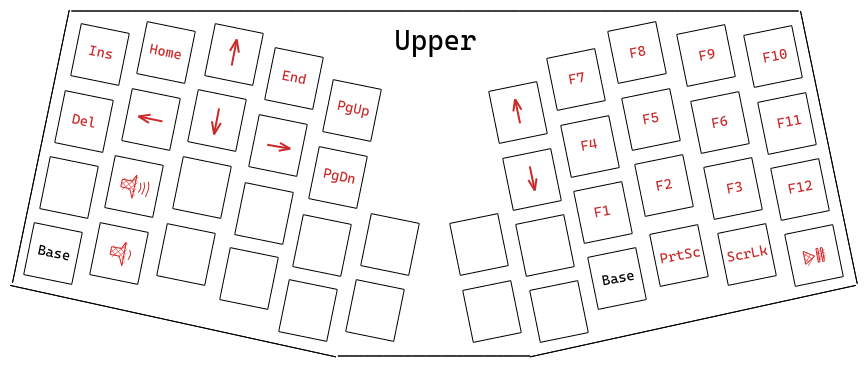
Above: layers/2-upper.png in lobre/atreus-bepo (Excalidraw), before the change. Source tidied: one line per element, renumbered; positions are measured from the earlier drawing's top-left corner, leaving out a move shared by most shapes. Its diagram source:
```json
{"id": 0, "type": "rectangle", "strokeColor": "#000000", "angle": 0.2, "strokeWidth": 1, "roughness": 0, "x": 66, "y": 18, "width": 49, "height": 53}
{"id": 1, "type": "rectangle", "strokeColor": "#000000", "angle": 0.2, "strokeWidth": 1, "roughness": 0, "x": 132, "y": 16, "width": 49, "height": 53}
{"id": 2, "type": "line", "strokeColor": "#000000", "strokeWidth": 1, "roughness": 0, "x": 61, "y": 1, "width": 727, "height": 0, "points": [[0, 0], [727, 0]]}
{"id": 3, "type": "rectangle", "strokeColor": "#000000", "angle": 0.2, "strokeWidth": 1, "roughness": 0, "x": 200, "y": 18, "width": 49, "height": 53}
{"id": 4, "type": "rectangle", "strokeColor": "#000000", "angle": 0.2, "strokeWidth": 1, "roughness": 0, "x": 260, "y": 42, "width": 49, "height": 53}
{"id": 5, "type": "rectangle", "strokeColor": "#000000", "angle": 0.2, "strokeWidth": 1, "roughness": 0, "x": 318, "y": 74, "width": 49, "height": 53}
{"id": 6, "type": "rectangle", "strokeColor": "#000000", "angle": 0.2, "strokeWidth": 1, "roughness": 0, "x": 50, "y": 85, "width": 49, "height": 53}
{"id": 7, "type": "rectangle", "strokeColor": "#000000", "angle": 0.2, "strokeWidth": 1, "roughness": 0, "x": 35, "y": 151, "width": 49, "height": 53}
{"id": 8, "type": "rectangle", "strokeColor": "#000000", "angle": 0.2, "strokeWidth": 1, "roughness": 0, "x": 19, "y": 217, "width": 49, "height": 53}
{"id": 9, "type": "rectangle", "strokeColor": "#000000", "angle": 0.2, "strokeWidth": 1, "roughness": 0, "x": 117, "y": 83, "width": 49, "height": 53}
{"id": 10, "type": "rectangle", "strokeColor": "#000000", "angle": 0.2, "strokeWidth": 1, "roughness": 0, "x": 100, "y": 150, "width": 49, "height": 53}
{"id": 11, "type": "rectangle", "strokeColor": "#000000", "angle": 0.2, "strokeWidth": 1, "roughness": 0, "x": 85, "y": 217, "width": 49, "height": 53}
{"id": 12, "type": "rectangle", "strokeColor": "#000000", "angle": 0.2, "strokeWidth": 1, "roughness": 0, "x": 183, "y": 84, "width": 49, "height": 53}
{"id": 13, "type": "rectangle", "strokeColor": "#000000", "angle": 0.2, "strokeWidth": 1, "roughness": 0, "x": 168, "y": 151, "width": 49, "height": 53}
{"id": 14, "type": "rectangle", "strokeColor": "#000000", "angle": 0.2, "strokeWidth": 1, "roughness": 0, "x": 152, "y": 218, "width": 49, "height": 53}
{"id": 15, "type": "rectangle", "strokeColor": "#000000", "angle": 0.2, "strokeWidth": 1, "roughness": 0, "x": 244, "y": 109, "width": 49, "height": 53}
{"id": 16, "type": "rectangle", "strokeColor": "#000000", "angle": 0.2, "strokeWidth": 1, "roughness": 0, "x": 230, "y": 177, "width": 49, "height": 53}
{"id": 17, "type": "rectangle", "strokeColor": "#000000", "angle": 0.2, "strokeWidth": 1, "roughness": 0, "x": 215, "y": 242, "width": 49, "height": 53}
{"id": 18, "type": "rectangle", "strokeColor": "#000000", "angle": 0.2, "strokeWidth": 1, "roughness": 0, "x": 304, "y": 141, "width": 49, "height": 53}
{"id": 19, "type": "rectangle", "strokeColor": "#000000", "angle": 0.2, "strokeWidth": 1, "roughness": 0, "x": 288, "y": 209, "width": 49, "height": 53}
{"id": 20, "type": "rectangle", "strokeColor": "#000000", "angle": 0.2, "strokeWidth": 1, "roughness": 0, "x": 274, "y": 274, "width": 49, "height": 53}
{"id": 21, "type": "rectangle", "strokeColor": "#000000", "angle": 0.2, "strokeWidth": 1, "roughness": 0, "x": 356, "y": 208, "width": 49, "height": 53}
{"id": 22, "type": "rectangle", "strokeColor": "#000000", "angle": 0.2, "strokeWidth": 1, "roughness": 0, "x": 341, "y": 274, "width": 49, "height": 53}
{"id": 23, "type": "rectangle", "strokeColor": "#000000", "angle": 6.08, "strokeWidth": 1, "roughness": 0, "x": 445, "y": 208, "width": 49, "height": 53}
{"id": 24, "type": "rectangle", "strokeColor": "#000000", "angle": 6.08, "strokeWidth": 1, "roughness": 0, "x": 458, "y": 275, "width": 49, "height": 53}
{"id": 25, "type": "line", "strokeColor": "#000000", "strokeWidth": 1, "roughness": 0, "x": 328, "y": 346, "width": 192, "height": 0, "points": [[0, 0], [192, 0]]}
{"id": 26, "type": "rectangle", "strokeColor": "#000000", "angle": 6.08, "strokeWidth": 1, "roughness": 0, "x": 484, "y": 76, "width": 49, "height": 53}
{"id": 27, "type": "rectangle", "strokeColor": "#000000", "angle": 6.08, "strokeWidth": 1, "roughness": 0, "x": 498, "y": 143, "width": 49, "height": 53}
{"id": 28, "type": "rectangle", "strokeColor": "#000000", "angle": 6.08, "strokeWidth": 1, "roughness": 0, "x": 511, "y": 209, "width": 49, "height": 53}
{"id": 29, "type": "rectangle", "strokeColor": "#000000", "angle": 6.08, "strokeWidth": 1, "roughness": 0, "x": 525, "y": 275, "width": 49, "height": 53}
{"id": 30, "type": "rectangle", "strokeColor": "#000000", "angle": 6.08, "strokeWidth": 1, "roughness": 0, "x": 542, "y": 43, "width": 49, "height": 53}
{"id": 31, "type": "rectangle", "strokeColor": "#000000", "angle": 6.08, "strokeWidth": 1, "roughness": 0, "x": 556, "y": 110, "width": 49, "height": 53}
{"id": 32, "type": "rectangle", "strokeColor": "#000000", "angle": 6.08, "strokeWidth": 1, "roughness": 0, "x": 569, "y": 176, "width": 49, "height": 53}
{"id": 33, "type": "rectangle", "strokeColor": "#000000", "angle": 6.08, "strokeWidth": 1, "roughness": 0, "x": 583, "y": 242, "width": 49, "height": 53}
{"id": 34, "type": "rectangle", "strokeColor": "#000000", "angle": 6.08, "strokeWidth": 1, "roughness": 0, "x": 603, "y": 16, "width": 49, "height": 53}
{"id": 35, "type": "rectangle", "strokeColor": "#000000", "angle": 6.08, "strokeWidth": 1, "roughness": 0, "x": 617, "y": 83, "width": 49, "height": 53}
{"id": 36, "type": "rectangle", "strokeColor": "#000000", "angle": 6.08, "strokeWidth": 1, "roughness": 0, "x": 630, "y": 149, "width": 49, "height": 53}
{"id": 37, "type": "rectangle", "strokeColor": "#000000", "angle": 6.08, "strokeWidth": 1, "roughness": 0, "x": 645, "y": 219, "width": 49, "height": 53}
{"id": 38, "type": "rectangle", "strokeColor": "#000000", "angle": 6.08, "strokeWidth": 1, "roughness": 0, "x": 672, "y": 19, "width": 49, "height": 53}
{"id": 39, "type": "rectangle", "strokeColor": "#000000", "angle": 6.08, "strokeWidth": 1, "roughness": 0, "x": 686, "y": 86, "width": 49, "height": 53}
{"id": 40, "type": "rectangle", "strokeColor": "#000000", "angle": 6.08, "strokeWidth": 1, "roughness": 0, "x": 699, "y": 152, "width": 49, "height": 53}
{"id": 41, "type": "rectangle", "strokeColor": "#000000", "angle": 6.08, "strokeWidth": 1, "roughness": 0, "x": 713, "y": 218, "width": 49, "height": 53}
{"id": 42, "type": "rectangle", "strokeColor": "#000000", "angle": 6.08, "strokeWidth": 1, "roughness": 0, "x": 739, "y": 20, "width": 49, "height": 53}
{"id": 43, "type": "rectangle", "strokeColor": "#000000", "angle": 6.08, "strokeWidth": 1, "roughness": 0, "x": 753, "y": 87, "width": 49, "height": 53}
{"id": 44, "type": "rectangle", "strokeColor": "#000000", "angle": 6.08, "strokeWidth": 1, "roughness": 0, "x": 766, "y": 153, "width": 49, "height": 53}
{"id": 45, "type": "rectangle", "strokeColor": "#000000", "angle": 6.08, "strokeWidth": 1, "roughness": 0, "x": 780, "y": 219, "width": 49, "height": 53}
{"id": 46, "type": "line", "strokeColor": "#000000", "strokeWidth": 1, "roughness": 0, "x": 520, "y": 347, "width": 326, "height": 72, "points": [[0, 0], [326, -72]]}
{"id": 47, "type": "line", "strokeColor": "#000000", "strokeWidth": 1, "roughness": 0, "x": 791, "y": 1, "width": 57, "height": 273, "points": [[0, 0], [57, 273]]}
{"id": 48, "type": "line", "strokeColor": "#000000", "strokeWidth": 1, "roughness": 0, "x": 326, "y": 347, "width": 326, "height": 72, "points": [[0, 0], [-326, -72]]}
{"id": 49, "type": "line", "strokeColor": "#000000", "strokeWidth": 1, "roughness": 0, "x": 59, "y": 0, "width": 57, "height": 273, "points": [[0, 0], [-57, 273]]}
{"id": 50, "type": "text", "text": "Upper", "strokeColor": "#000000", "strokeWidth": 1, "strokeStyle": "dashed", "roughness": 0, "fontSize": 28, "fontFamily": 3, "x": 384, "y": 13, "width": 82, "height": 34}
{"id": 51, "type": "arrow", "strokeColor": "#c92a2a", "strokeWidth": 2, "roughness": 0, "endArrowhead": "arrow", "x": 510, "y": 113, "width": 5, "height": 24, "points": [[0, 0], [-5, -24]]}
{"id": 52, "type": "arrow", "strokeColor": "#c92a2a", "angle": 3.14, "strokeWidth": 2, "roughness": 0, "endArrowhead": "arrow", "x": 525, "y": 180, "width": 5, "height": 24, "points": [[0, 0], [-5, -24]]}
{"id": 53, "type": "text", "text": "Ins", "strokeColor": "#c92a2a", "angle": 0.21, "strokeWidth": 1, "roughness": 1, "fontSize": 14.07, "fontFamily": 3, "x": 79, "y": 33, "width": 25, "height": 17}
{"id": 54, "type": "text", "text": "Del", "strokeColor": "#c92a2a", "angle": 0.21, "strokeWidth": 1, "roughness": 1, "fontSize": 14.07, "fontFamily": 3, "x": 62, "y": 102, "width": 25, "height": 17}
{"id": 55, "type": "text", "text": "Home", "strokeColor": "#c92a2a", "angle": 0.21, "strokeWidth": 1, "roughness": 1, "fontSize": 14.07, "fontFamily": 3, "x": 139, "y": 32, "width": 33, "height": 17}
{"id": 56, "type": "text", "text": "End", "strokeColor": "#c92a2a", "angle": 0.21, "strokeWidth": 1, "roughness": 1, "fontSize": 14.07, "fontFamily": 3, "x": 272, "y": 58, "width": 25, "height": 17}
{"id": 57, "type": "text", "text": "PgUp", "strokeColor": "#c92a2a", "angle": 0.21, "strokeWidth": 1, "roughness": 1, "fontSize": 14.07, "fontFamily": 3, "x": 327, "y": 89, "width": 33, "height": 17}
{"id": 58, "type": "text", "text": "PgDn", "strokeColor": "#c92a2a", "angle": 0.21, "strokeWidth": 1, "roughness": 1, "fontSize": 14.07, "fontFamily": 3, "x": 313, "y": 157, "width": 33, "height": 17}
{"id": 59, "type": "text", "text": "F1", "strokeColor": "#c92a2a", "angle": 6.1, "strokeWidth": 1, "roughness": 1, "fontSize": 14.07, "fontFamily": 3, "x": 584, "y": 192, "width": 16, "height": 17}
{"id": 60, "type": "text", "text": "F2", "strokeColor": "#c92a2a", "angle": 6.1, "strokeWidth": 1, "roughness": 1, "fontSize": 14.07, "fontFamily": 3, "x": 646, "y": 166, "width": 16, "height": 17}
{"id": 61, "type": "text", "text": "F3", "strokeColor": "#c92a2a", "angle": 6.1, "strokeWidth": 1, "roughness": 1, "fontSize": 14.07, "fontFamily": 3, "x": 716, "y": 168, "width": 16, "height": 17}
{"id": 62, "type": "text", "text": "F12", "strokeColor": "#c92a2a", "angle": 6.1, "strokeWidth": 1, "roughness": 1, "fontSize": 14.07, "fontFamily": 3, "x": 778, "y": 168, "width": 25, "height": 17}
{"id": 63, "type": "text", "text": "F11", "strokeColor": "#c92a2a", "angle": 6.1, "strokeWidth": 1, "roughness": 1, "fontSize": 14.07, "fontFamily": 3, "x": 767, "y": 102, "width": 25, "height": 17}
{"id": 64, "type": "text", "text": "F6", "strokeColor": "#c92a2a", "angle": 6.1, "strokeWidth": 1, "roughness": 1, "fontSize": 14.07, "fontFamily": 3, "x": 701, "y": 103, "width": 16, "height": 17}
{"id": 65, "type": "text", "text": "F5", "strokeColor": "#c92a2a", "angle": 6.1, "strokeWidth": 1, "roughness": 1, "fontSize": 14.07, "fontFamily": 3, "x": 632, "y": 99, "width": 16, "height": 17}
{"id": 66, "type": "text", "text": "F4", "strokeColor": "#c92a2a", "angle": 6.1, "strokeWidth": 1, "roughness": 1, "fontSize": 14.07, "fontFamily": 3, "x": 571, "y": 126, "width": 16, "height": 17}
{"id": 67, "type": "text", "text": "F7", "strokeColor": "#c92a2a", "angle": 6.1, "strokeWidth": 1, "roughness": 1, "fontSize": 14.07, "fontFamily": 3, "x": 558, "y": 59, "width": 16, "height": 17}
{"id": 68, "type": "text", "text": "F8", "strokeColor": "#c92a2a", "angle": 6.1, "strokeWidth": 1, "roughness": 1, "fontSize": 14.07, "fontFamily": 3, "x": 619, "y": 33, "width": 16, "height": 17}
{"id": 69, "type": "text", "text": "F9", "strokeColor": "#c92a2a", "angle": 6.1, "strokeWidth": 1, "roughness": 1, "fontSize": 14.07, "fontFamily": 3, "x": 689, "y": 36, "width": 16, "height": 17}
{"id": 70, "type": "text", "text": "F10", "strokeColor": "#c92a2a", "angle": 6.1, "strokeWidth": 1, "roughness": 1, "fontSize": 14.07, "fontFamily": 3, "x": 753, "y": 36, "width": 25, "height": 17}
{"id": 71, "type": "text", "text": "PrtSc", "strokeColor": "#c92a2a", "angle": 6.1, "strokeWidth": 1, "roughness": 1, "fontSize": 14.07, "fontFamily": 3, "x": 649, "y": 236, "width": 41, "height": 17}
{"id": 72, "type": "text", "text": "ScrLk", "strokeColor": "#c92a2a", "angle": 6.1, "strokeWidth": 1, "roughness": 1, "fontSize": 14.07, "fontFamily": 3, "x": 716, "y": 234, "width": 41, "height": 17}
{"id": 73, "type": "line", "strokeColor": "#c92a2a", "angle": 6.11, "backgroundColor": "#fa5252", "fillStyle": "cross-hatch", "strokeWidth": 1, "roughness": 0, "x": 794, "y": 240, "width": 10, "height": 13, "points": [[0, 0], [10, 7], [0, 13], [0, 0]]}
{"id": 74, "type": "rectangle", "strokeColor": "#c92a2a", "angle": 6.11, "backgroundColor": "#fa5252", "fillStyle": "cross-hatch", "strokeWidth": 1, "roughness": 0, "x": 807, "y": 238, "width": 2, "height": 14}
{"id": 75, "type": "rectangle", "strokeColor": "#c92a2a", "angle": 6.11, "backgroundColor": "#fa5252", "fillStyle": "cross-hatch", "strokeWidth": 1, "roughness": 0, "x": 811, "y": 238, "width": 2, "height": 14}
{"id": 76, "type": "line", "strokeColor": "#c92a2a", "angle": 0.18, "backgroundColor": "#fa5252", "fillStyle": "cross-hatch", "strokeWidth": 1, "roughness": 0, "x": 101, "y": 241, "width": 14, "height": 24, "points": [[0, -3], [10, -3], [14, -10], [14, 14], [9, 5], [0, 5], [0, -3]]}
{"id": 77, "type": "line", "strokeColor": "#c92a2a", "angle": 0.18, "backgroundColor": "#fa5252", "fillStyle": "cross-hatch", "strokeWidth": 1, "roughness": 0, "x": 119, "y": 240, "width": 1, "height": 10, "points": [[0, 0], [1, 4], [0, 10]]}
{"id": 78, "type": "line", "strokeColor": "#c92a2a", "angle": 0.21, "backgroundColor": "#fa5252", "fillStyle": "cross-hatch", "strokeWidth": 1, "roughness": 0, "x": 111, "y": 173, "width": 13, "height": 24, "points": [[0, -3], [10, -3], [13, -10], [13, 14], [9, 5], [0, 5], [0, -3]]}
{"id": 79, "type": "line", "strokeColor": "#c92a2a", "angle": 0.21, "backgroundColor": "#fa5252", "fillStyle": "cross-hatch", "strokeWidth": 1, "roughness": 0, "x": 129, "y": 173, "width": 1, "height": 10, "points": [[0, 0], [1, 4], [0, 10]]}
{"id": 80, "type": "line", "strokeColor": "#c92a2a", "angle": 0.21, "backgroundColor": "#fa5252", "fillStyle": "cross-hatch", "strokeWidth": 1, "roughness": 0, "x": 133, "y": 172, "width": 1, "height": 13, "points": [[0, 0], [1, 6], [0, 13]]}
{"id": 81, "type": "line", "strokeColor": "#c92a2a", "angle": 0.21, "backgroundColor": "#fa5252", "fillStyle": "cross-hatch", "strokeWidth": 1, "roughness": 0, "x": 137, "y": 172, "width": 1, "height": 16, "points": [[0, 0], [1, 7], [0, 16]]}
{"id": 82, "type": "arrow", "strokeColor": "#c92a2a", "strokeWidth": 2, "roughness": 0, "endArrowhead": "arrow", "x": 222, "y": 56, "width": 5, "height": 26, "points": [[0, 0], [5, -26]]}
{"id": 83, "type": "arrow", "strokeColor": "#c92a2a", "angle": 3.14, "strokeWidth": 2, "roughness": 0, "endArrowhead": "arrow", "x": 204, "y": 124, "width": 5, "height": 26, "points": [[0, 0], [5, -26]]}
{"id": 84, "type": "arrow", "strokeColor": "#c92a2a", "strokeWidth": 2, "roughness": 0, "endArrowhead": "arrow", "x": 153, "y": 111, "width": 24, "height": 5, "points": [[0, 0], [-24, -5]]}
{"id": 85, "type": "arrow", "strokeColor": "#c92a2a", "strokeWidth": 2, "roughness": 0, "endArrowhead": "arrow", "x": 257, "y": 135, "width": 23, "height": 4, "points": [[0, 0], [23, 4]]}
{"id": 86, "type": "text", "text": "Base", "strokeColor": "#000000", "angle": 6.1, "strokeWidth": 1, "roughness": 1, "fontSize": 14.07, "fontFamily": 3, "x": 592, "y": 259, "width": 33, "height": 17}
{"id": 87, "type": "text", "text": "Base", "strokeColor": "#000000", "angle": 0.21, "strokeWidth": 1, "roughness": 1, "fontSize": 14.07, "fontFamily": 3, "x": 28, "y": 233, "width": 33, "height": 17}
```
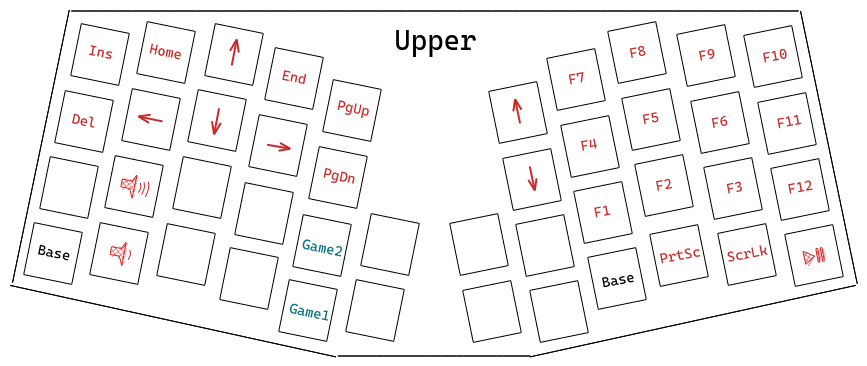
Later version of the same file.

Change to the diagram source:
```diff
@@ -84,5 +84,7 @@
 {"id": 83, "type": "arrow", "strokeColor": "#c92a2a", "angle": 3.14, "strokeWidth": 2, "roughness": 0, "endArrowhead": "arrow", "x": 204, "y": 124, "width": 5, "height": 26, "points": [[0, 0], [5, -26]]}
 {"id": 84, "type": "arrow", "strokeColor": "#c92a2a", "strokeWidth": 2, "roughness": 0, "endArrowhead": "arrow", "x": 153, "y": 111, "width": 24, "height": 5, "points": [[0, 0], [-24, -5]]}
 {"id": 85, "type": "arrow", "strokeColor": "#c92a2a", "strokeWidth": 2, "roughness": 0, "endArrowhead": "arrow", "x": 257, "y": 135, "width": 23, "height": 4, "points": [[0, 0], [23, 4]]}
-{"id": 86, "type": "text", "text": "Base", "strokeColor": "#000000", "angle": 6.1, "strokeWidth": 1, "roughness": 1, "fontSize": 14.07, "fontFamily": 3, "x": 592, "y": 259, "width": 33, "height": 17}
+{"id": 86, "type": "text", "text": "Base", "strokeColor": "#000000", "angle": 6.1, "strokeWidth": 1, "roughness": 1, "fontSize": 14.07, "fontFamily": 3, "x": 592, "y": 261, "width": 33, "height": 17}
+{"id": 88, "type": "text", "text": "Base", "strokeColor": "#000000", "angle": 0.21, "strokeWidth": 1, "roughness": 1, "fontSize": 14.07, "fontFamily": 3, "x": 28, "y": 233, "width": 33, "height": 17}
+{"id": 89, "type": "text", "text": "Game1", "strokeColor": "#0b7285", "angle": 0.21, "strokeWidth": 1, "roughness": 1, "fontSize": 14.07, "fontFamily": 3, "x": 279, "y": 293, "width": 41, "height": 17}
-{"id": 87, "type": "text", "text": "Base", "strokeColor": "#000000", "angle": 0.21, "strokeWidth": 1, "roughness": 1, "fontSize": 14.07, "fontFamily": 3, "x": 28, "y": 233, "width": 33, "height": 17}
+{"id": 87, "type": "text", "text": "Game2", "strokeColor": "#0b7285", "angle": 0.21, "strokeWidth": 1, "roughness": 1, "fontSize": 14.07, "fontFamily": 3, "x": 292, "y": 229, "width": 41, "height": 17}
```
